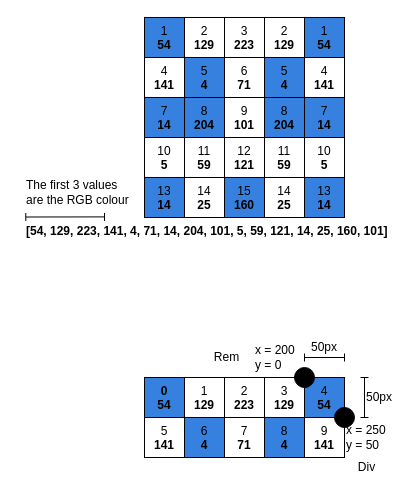
alfa-yohannis/web-development-with-elixir keeps this draw.io diagram as page "Page-4" (3 of 3) of session-06/avatar_generator/diagram/diagram.drawio. Above is the earlier version. Source tidied: cells renumbered, new cells numbered last; positions are measured from the earlier drawing's top-left corner, leaving out a move shared by most shapes. Both pictures are drawn from the tidied source at 100%, with x=0, y=0 at pixel (24, 17).
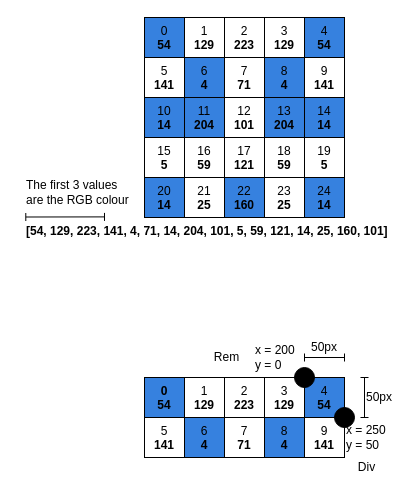
Above is the later version.

What changed in the source:
```diff
@@
-    <mxCell id="5" value="1&lt;div&gt;&lt;b&gt;54&lt;/b&gt;&lt;/div&gt;" style="rounded=0;whiteSpace=wrap;html=1;verticalAlign=top;align=center;fillColor=#3681DF;" parent="1" vertex="1">
+    <mxCell id="5" value="0&lt;div&gt;&lt;b&gt;54&lt;/b&gt;&lt;/div&gt;" style="rounded=0;whiteSpace=wrap;html=1;verticalAlign=top;align=center;fillColor=#3681DF;" parent="1" vertex="1">
       <mxGeometry x="120" width="40" height="40" as="geometry" />
     </mxCell>
-    <mxCell id="6" value="4&lt;br&gt;&lt;b&gt;141&lt;/b&gt;" style="rounded=0;whiteSpace=wrap;html=1;fillStyle=auto;verticalAlign=top;align=center;" parent="1" vertex="1">
+    <mxCell id="6" value="5&lt;br&gt;&lt;b&gt;141&lt;/b&gt;" style="rounded=0;whiteSpace=wrap;html=1;fillStyle=auto;verticalAlign=top;align=center;" parent="1" vertex="1">
       <mxGeometry x="120" y="40" width="40" height="40" as="geometry" />
     </mxCell>
-    <mxCell id="7" value="7&lt;br&gt;&lt;b&gt;14&lt;/b&gt;" style="rounded=0;whiteSpace=wrap;html=1;verticalAlign=top;align=center;fillColor=#3681DF;" parent="1" vertex="1">
+    <mxCell id="7" value="10&lt;br&gt;&lt;b&gt;14&lt;/b&gt;" style="rounded=0;whiteSpace=wrap;html=1;verticalAlign=top;align=center;fillColor=#3681DF;" parent="1" vertex="1">
       <mxGeometry x="120" y="80" width="40" height="40" as="geometry" />
     </mxCell>
-    <mxCell id="8" value="10&lt;br&gt;&lt;b&gt;5&lt;/b&gt;" style="rounded=0;whiteSpace=wrap;html=1;verticalAlign=top;align=center;" parent="1" vertex="1">
+    <mxCell id="8" value="15&lt;br&gt;&lt;b&gt;5&lt;/b&gt;" style="rounded=0;whiteSpace=wrap;html=1;verticalAlign=top;align=center;" parent="1" vertex="1">
       <mxGeometry x="120" y="120" width="40" height="40" as="geometry" />
     </mxCell>
-    <mxCell id="9" value="13&lt;br&gt;&lt;b&gt;14&lt;/b&gt;" style="rounded=0;whiteSpace=wrap;html=1;verticalAlign=top;align=center;fillColor=#3681DF;" parent="1" vertex="1">
+    <mxCell id="9" value="20&lt;br&gt;&lt;b&gt;14&lt;/b&gt;" style="rounded=0;whiteSpace=wrap;html=1;verticalAlign=top;align=center;fillColor=#3681DF;" parent="1" vertex="1">
       <mxGeometry x="120" y="160" width="40" height="40" as="geometry" />
     </mxCell>
-    <mxCell id="10" value="2&lt;div&gt;&lt;b&gt;129&lt;/b&gt;&lt;/div&gt;" style="rounded=0;whiteSpace=wrap;html=1;verticalAlign=top;align=center;" parent="1" vertex="1">
+    <mxCell id="10" value="&lt;div&gt;1&lt;br&gt;&lt;b&gt;129&lt;/b&gt;&lt;/div&gt;" style="rounded=0;whiteSpace=wrap;html=1;verticalAlign=top;align=center;" parent="1" vertex="1">
       <mxGeometry x="160" width="40" height="40" as="geometry" />
     </mxCell>
-    <mxCell id="11" value="5&lt;br&gt;&lt;b&gt;4&lt;/b&gt;" style="rounded=0;whiteSpace=wrap;html=1;fillStyle=auto;verticalAlign=top;align=center;fillColor=#3681DF;" parent="1" vertex="1">
+    <mxCell id="11" value="6&lt;br&gt;&lt;b&gt;4&lt;/b&gt;" style="rounded=0;whiteSpace=wrap;html=1;fillStyle=auto;verticalAlign=top;align=center;fillColor=#3681DF;" parent="1" vertex="1">
       <mxGeometry x="160" y="40" width="40" height="40" as="geometry" />
     </mxCell>
-    <mxCell id="12" value="8&lt;br&gt;&lt;b&gt;204&lt;/b&gt;" style="rounded=0;whiteSpace=wrap;html=1;verticalAlign=top;align=center;fillColor=#3681DF;" parent="1" vertex="1">
+    <mxCell id="12" value="11&lt;br&gt;&lt;b&gt;204&lt;/b&gt;" style="rounded=0;whiteSpace=wrap;html=1;verticalAlign=top;align=center;fillColor=#3681DF;" parent="1" vertex="1">
       <mxGeometry x="160" y="80" width="40" height="40" as="geometry" />
     </mxCell>
-    <mxCell id="13" value="11&lt;br&gt;&lt;b&gt;59&lt;/b&gt;" style="rounded=0;whiteSpace=wrap;html=1;verticalAlign=top;align=center;" parent="1" vertex="1">
+    <mxCell id="13" value="16&lt;br&gt;&lt;b&gt;59&lt;/b&gt;" style="rounded=0;whiteSpace=wrap;html=1;verticalAlign=top;align=center;" parent="1" vertex="1">
       <mxGeometry x="160" y="120" width="40" height="40" as="geometry" />
     </mxCell>
-    <mxCell id="14" value="14&lt;div&gt;&lt;b&gt;25&lt;/b&gt;&lt;/div&gt;" style="rounded=0;whiteSpace=wrap;html=1;verticalAlign=top;align=center;" parent="1" vertex="1">
+    <mxCell id="14" value="21&lt;div&gt;&lt;b&gt;25&lt;/b&gt;&lt;/div&gt;" style="rounded=0;whiteSpace=wrap;html=1;verticalAlign=top;align=center;" parent="1" vertex="1">
       <mxGeometry x="160" y="160" width="40" height="40" as="geometry" />
     </mxCell>
-    <mxCell id="15" value="3&lt;div&gt;&lt;b&gt;223&lt;/b&gt;&lt;/div&gt;" style="rounded=0;whiteSpace=wrap;html=1;verticalAlign=top;align=center;" parent="1" vertex="1">
+    <mxCell id="15" value="&lt;div&gt;2&lt;/div&gt;&lt;div&gt;&lt;b&gt;223&lt;/b&gt;&lt;/div&gt;" style="rounded=0;whiteSpace=wrap;html=1;verticalAlign=top;align=center;" parent="1" vertex="1">
       <mxGeometry x="200" width="40" height="40" as="geometry" />
     </mxCell>
-    <mxCell id="16" value="6&lt;br&gt;&lt;b&gt;71&lt;/b&gt;" style="rounded=0;whiteSpace=wrap;html=1;fillStyle=auto;verticalAlign=top;align=center;" parent="1" vertex="1">
+    <mxCell id="16" value="7&lt;br&gt;&lt;b&gt;71&lt;/b&gt;" style="rounded=0;whiteSpace=wrap;html=1;fillStyle=auto;verticalAlign=top;align=center;" parent="1" vertex="1">
       <mxGeometry x="200" y="40" width="40" height="40" as="geometry" />
     </mxCell>
-    <mxCell id="17" value="9&lt;br&gt;&lt;b&gt;101&lt;/b&gt;" style="rounded=0;whiteSpace=wrap;html=1;verticalAlign=top;align=center;" parent="1" vertex="1">
+    <mxCell id="17" value="12&lt;br&gt;&lt;b&gt;101&lt;/b&gt;" style="rounded=0;whiteSpace=wrap;html=1;verticalAlign=top;align=center;" parent="1" vertex="1">
       <mxGeometry x="200" y="80" width="40" height="40" as="geometry" />
     </mxCell>
-    <mxCell id="18" value="12&lt;br&gt;&lt;b&gt;121&lt;/b&gt;" style="rounded=0;whiteSpace=wrap;html=1;verticalAlign=top;align=center;" parent="1" vertex="1">
+    <mxCell id="18" value="17&lt;br&gt;&lt;b&gt;121&lt;/b&gt;" style="rounded=0;whiteSpace=wrap;html=1;verticalAlign=top;align=center;" parent="1" vertex="1">
       <mxGeometry x="200" y="120" width="40" height="40" as="geometry" />
     </mxCell>
-    <mxCell id="19" value="15&lt;div&gt;&lt;b&gt;160&lt;/b&gt;&lt;/div&gt;" style="rounded=0;whiteSpace=wrap;html=1;fillStyle=auto;verticalAlign=top;align=center;fillColor=#3681DF;" parent="1" vertex="1">
+    <mxCell id="19" value="22&lt;div&gt;&lt;b&gt;160&lt;/b&gt;&lt;/div&gt;" style="rounded=0;whiteSpace=wrap;html=1;fillStyle=auto;verticalAlign=top;align=center;fillColor=#3681DF;" parent="1" vertex="1">
       <mxGeometry x="200" y="160" width="40" height="40" as="geometry" />
     </mxCell>
-    <mxCell id="20" value="2&lt;div&gt;&lt;b&gt;129&lt;/b&gt;&lt;/div&gt;" style="rounded=0;whiteSpace=wrap;html=1;verticalAlign=top;align=center;" parent="1" vertex="1">
+    <mxCell id="20" value="&lt;div&gt;3&lt;br&gt;&lt;b&gt;129&lt;/b&gt;&lt;/div&gt;" style="rounded=0;whiteSpace=wrap;html=1;verticalAlign=top;align=center;" parent="1" vertex="1">
       <mxGeometry x="240" width="40" height="40" as="geometry" />
     </mxCell>
-    <mxCell id="21" value="5&lt;br&gt;&lt;b&gt;4&lt;/b&gt;" style="rounded=0;whiteSpace=wrap;html=1;fillStyle=auto;verticalAlign=top;align=center;fillColor=#3681DF;" parent="1" vertex="1">
+    <mxCell id="21" value="8&lt;br&gt;&lt;b&gt;4&lt;/b&gt;" style="rounded=0;whiteSpace=wrap;html=1;fillStyle=auto;verticalAlign=top;align=center;fillColor=#3681DF;" parent="1" vertex="1">
       <mxGeometry x="240" y="40" width="40" height="40" as="geometry" />
     </mxCell>
-    <mxCell id="22" value="8&lt;br&gt;&lt;b&gt;204&lt;/b&gt;" style="rounded=0;whiteSpace=wrap;html=1;verticalAlign=top;align=center;fillColor=#3681DF;" parent="1" vertex="1">
+    <mxCell id="22" value="13&lt;br&gt;&lt;b&gt;204&lt;/b&gt;" style="rounded=0;whiteSpace=wrap;html=1;verticalAlign=top;align=center;fillColor=#3681DF;" parent="1" vertex="1">
       <mxGeometry x="240" y="80" width="40" height="40" as="geometry" />
     </mxCell>
-    <mxCell id="23" value="11&lt;br&gt;&lt;b&gt;59&lt;/b&gt;" style="rounded=0;whiteSpace=wrap;html=1;verticalAlign=top;align=center;" parent="1" vertex="1">
+    <mxCell id="23" value="18&lt;br&gt;&lt;b&gt;59&lt;/b&gt;" style="rounded=0;whiteSpace=wrap;html=1;verticalAlign=top;align=center;" parent="1" vertex="1">
       <mxGeometry x="240" y="120" width="40" height="40" as="geometry" />
     </mxCell>
-    <mxCell id="24" value="14&lt;div&gt;&lt;b&gt;25&lt;/b&gt;&lt;/div&gt;" style="rounded=0;whiteSpace=wrap;html=1;verticalAlign=top;align=center;" parent="1" vertex="1">
+    <mxCell id="24" value="&lt;div&gt;23&lt;br&gt;&lt;b&gt;25&lt;/b&gt;&lt;/div&gt;" style="rounded=0;whiteSpace=wrap;html=1;verticalAlign=top;align=center;" parent="1" vertex="1">
       <mxGeometry x="240" y="160" width="40" height="40" as="geometry" />
     </mxCell>
-    <mxCell id="25" value="1&lt;div&gt;&lt;b&gt;54&lt;/b&gt;&lt;/div&gt;" style="rounded=0;whiteSpace=wrap;html=1;verticalAlign=top;align=center;fillColor=#3681DF;" parent="1" vertex="1">
+    <mxCell id="25" value="&lt;div&gt;4&lt;/div&gt;&lt;div&gt;&lt;b&gt;54&lt;/b&gt;&lt;/div&gt;" style="rounded=0;whiteSpace=wrap;html=1;verticalAlign=top;align=center;fillColor=#3681DF;" parent="1" vertex="1">
       <mxGeometry x="280" width="40" height="40" as="geometry" />
     </mxCell>
-    <mxCell id="26" value="4&lt;br&gt;&lt;b&gt;141&lt;/b&gt;" style="rounded=0;whiteSpace=wrap;html=1;fillStyle=auto;verticalAlign=top;align=center;" parent="1" vertex="1">
+    <mxCell id="26" value="9&lt;br&gt;&lt;b&gt;141&lt;/b&gt;" style="rounded=0;whiteSpace=wrap;html=1;fillStyle=auto;verticalAlign=top;align=center;" parent="1" vertex="1">
       <mxGeometry x="280" y="40" width="40" height="40" as="geometry" />
     </mxCell>
-    <mxCell id="27" value="7&lt;br&gt;&lt;b&gt;14&lt;/b&gt;" style="rounded=0;whiteSpace=wrap;html=1;verticalAlign=top;align=center;fillColor=#3681DF;" parent="1" vertex="1">
+    <mxCell id="27" value="14&lt;br&gt;&lt;b&gt;14&lt;/b&gt;" style="rounded=0;whiteSpace=wrap;html=1;verticalAlign=top;align=center;fillColor=#3681DF;" parent="1" vertex="1">
       <mxGeometry x="280" y="80" width="40" height="40" as="geometry" />
     </mxCell>
-    <mxCell id="28" value="10&lt;br&gt;&lt;b&gt;5&lt;/b&gt;" style="rounded=0;whiteSpace=wrap;html=1;verticalAlign=top;align=center;" parent="1" vertex="1">
+    <mxCell id="28" value="19&lt;br&gt;&lt;b&gt;5&lt;/b&gt;" style="rounded=0;whiteSpace=wrap;html=1;verticalAlign=top;align=center;" parent="1" vertex="1">
       <mxGeometry x="280" y="120" width="40" height="40" as="geometry" />
     </mxCell>
-    <mxCell id="29" value="13&lt;br&gt;&lt;b&gt;14&lt;/b&gt;" style="rounded=0;whiteSpace=wrap;html=1;verticalAlign=top;align=center;fillColor=#3681DF;" parent="1" vertex="1">
+    <mxCell id="29" value="24&lt;br&gt;&lt;b&gt;14&lt;/b&gt;" style="rounded=0;whiteSpace=wrap;html=1;verticalAlign=top;align=center;fillColor=#3681DF;" parent="1" vertex="1">
       <mxGeometry x="280" y="160" width="40" height="40" as="geometry" />
     </mxCell>
```
